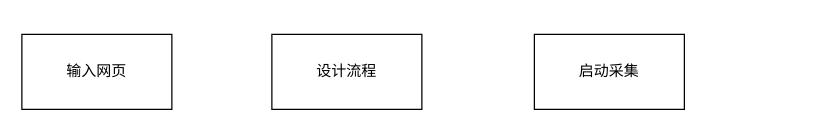
Above: 八爪鱼使用流程.drawio in RecordLiu/blog_imgs (draw.io), before the change. Source tidied: cells renumbered, new cells numbered last; positions are measured from the earlier drawing's top-left corner, leaving out a move shared by most shapes. Both pictures are drawn from the tidied source at 125%, with x=0, y=0 at pixel (21, 34).
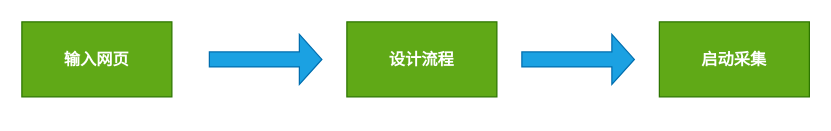
The same diagram, later.

Commit message:
更新八爪鱼使用流程.drawio

Diff of the diagram source:
```diff
@@
 <mxGraphModel>
   <root>
     <mxCell id="0" />
     <mxCell id="1" parent="0" />
-    <mxCell id="2" value="输入网页" style="rounded=0;whiteSpace=wrap;html=1;" parent="1" vertex="1">
-      <mxGeometry width="120" height="60" as="geometry" />
+    <mxCell id="2" value="&lt;font style=&quot;font-size: 13px;&quot;&gt;&lt;b&gt;输入网页&lt;/b&gt;&lt;/font&gt;" style="rounded=0;whiteSpace=wrap;html=1;fillColor=#60a917;fontColor=#ffffff;strokeColor=#2D7600;" parent="1" vertex="1">
+      <mxGeometry y="-10" width="120" height="60" as="geometry" />
     </mxCell>
-    <mxCell id="3" value="设计流程" style="rounded=0;whiteSpace=wrap;html=1;" parent="1" vertex="1">
-      <mxGeometry x="200" width="120" height="60" as="geometry" />
+    <mxCell id="3" value="&lt;font style=&quot;font-size: 13px;&quot;&gt;&lt;b&gt;设计流程&lt;/b&gt;&lt;/font&gt;" style="rounded=0;whiteSpace=wrap;html=1;fillColor=#60a917;fontColor=#ffffff;strokeColor=#2D7600;" parent="1" vertex="1">
+      <mxGeometry x="260" y="-10" width="120" height="60" as="geometry" />
     </mxCell>
-    <mxCell id="4" value="启动采集" style="rounded=0;whiteSpace=wrap;html=1;" parent="1" vertex="1">
-      <mxGeometry x="410" width="120" height="60" as="geometry" />
+    <mxCell id="4" value="&lt;font style=&quot;font-size: 13px;&quot;&gt;&lt;b&gt;启动采集&lt;/b&gt;&lt;/font&gt;" style="rounded=0;whiteSpace=wrap;html=1;fillColor=#60a917;fontColor=#ffffff;strokeColor=#2D7600;" parent="1" vertex="1">
+      <mxGeometry x="510" y="-10" width="120" height="60" as="geometry" />
     </mxCell>
+    <mxCell id="5" style="shape=singleArrow;whiteSpace=wrap;html=1;fillColor=#1ba1e2;fontColor=#ffffff;strokeColor=#006EAF;" parent="1" vertex="1">
+      <mxGeometry x="150" width="90" height="40" as="geometry" />
+    </mxCell>
+    <mxCell id="6" style="shape=singleArrow;whiteSpace=wrap;html=1;fillColor=#1ba1e2;fontColor=#ffffff;strokeColor=#006EAF;" parent="1" vertex="1">
+      <mxGeometry x="400" width="90" height="40" as="geometry" />
+    </mxCell>
   </root>
 </mxGraphModel>
```
